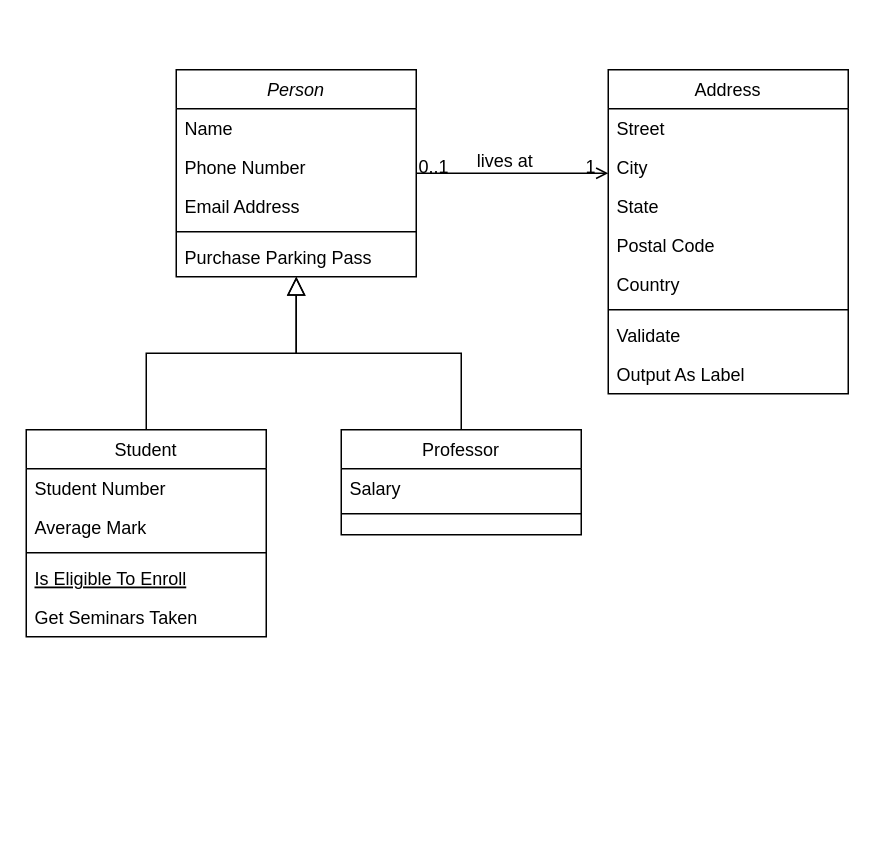
Before: DiagramClassCnrst.drawio in hindCode/cnrst, a draw.io diagram. Source tidied: cells renumbered, new cells numbered last; positions are measured from the earlier drawing's top-left corner, leaving out a move shared by most shapes. Both pictures are drawn from the tidied source at 150%, with x=0, y=0 at pixel (26, 69).
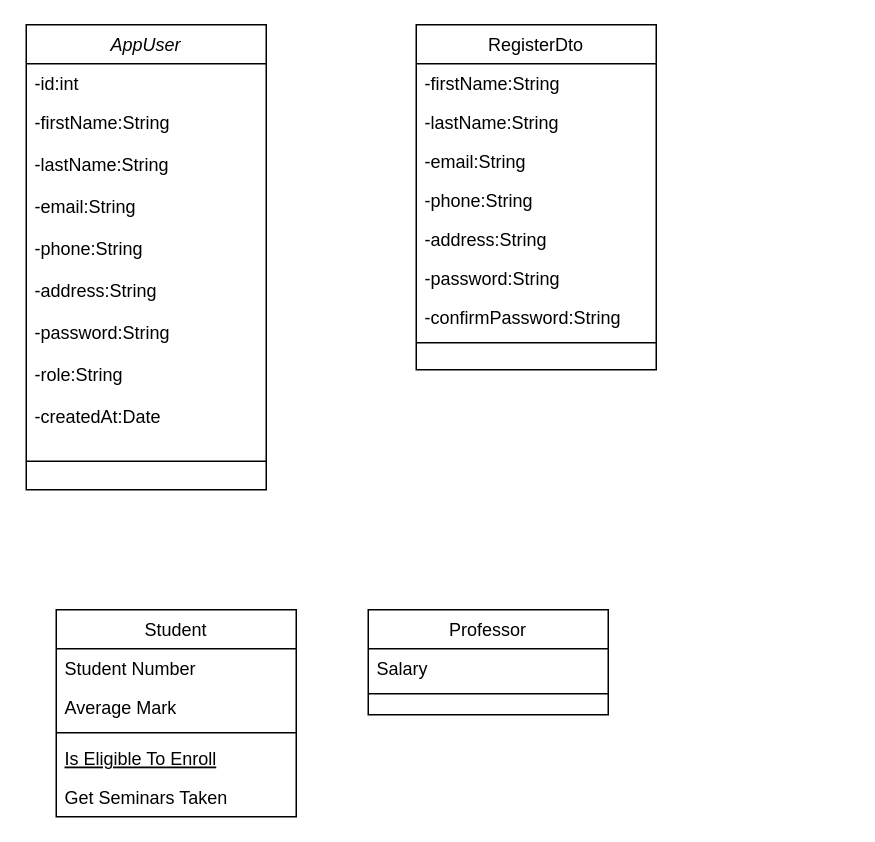
After the change.

Change to the diagram source:
```diff
@@
-    <mxCell id="2" value="Person" style="swimlane;fontStyle=2;align=center;verticalAlign=top;horizontal=1;startSize=26;rounded=0;shadow=0;strokeWidth=1;" parent="1" vertex="1">
-      <mxGeometry x="100" width="160" height="138" as="geometry" />
+    <mxCell id="2" value="AppUser" style="swimlane;fontStyle=2;align=center;verticalAlign=top;horizontal=1;startSize=26;rounded=0;shadow=0;strokeWidth=1;" parent="1" vertex="1">
+      <mxGeometry y="-30" width="160" height="310" as="geometry" />
     </mxCell>
-    <mxCell id="3" value="Name" style="text;align=left;verticalAlign=top;spacingLeft=4;spacingRight=4;overflow=hidden;" parent="2" vertex="1">
-      <mxGeometry y="26" width="160" height="26" as="geometry" />
-    </mxCell>
-    <mxCell id="4" value="Phone Number" style="text;align=left;verticalAlign=top;spacingLeft=4;spacingRight=4;overflow=hidden;rounded=0;shadow=0;html=0;" parent="2" vertex="1">
-      <mxGeometry y="52" width="160" height="26" as="geometry" />
+    <mxCell id="4" value="-id:int" style="text;align=left;verticalAlign=top;spacingLeft=4;spacingRight=4;overflow=hidden;rounded=0;shadow=0;html=0;" parent="2" vertex="1">
+      <mxGeometry y="26" width="160" height="26" as="geometry" />
     </mxCell>
-    <mxCell id="5" value="Email Address" style="text;align=left;verticalAlign=top;spacingLeft=4;spacingRight=4;overflow=hidden;rounded=0;shadow=0;html=0;" parent="2" vertex="1">
-      <mxGeometry y="78" width="160" height="26" as="geometry" />
+    <mxCell id="5" value="-firstName:String" style="text;align=left;verticalAlign=top;spacingLeft=4;spacingRight=4;overflow=hidden;rounded=0;shadow=0;html=0;" parent="2" vertex="1">
+      <mxGeometry y="52" width="160" height="28" as="geometry" />
     </mxCell>
+    <mxCell id="32" value="-lastName:String" style="text;align=left;verticalAlign=top;spacingLeft=4;spacingRight=4;overflow=hidden;rounded=0;shadow=0;html=0;" parent="2" vertex="1">
+      <mxGeometry y="80" width="160" height="28" as="geometry" />
+    </mxCell>
+    <mxCell id="33" value="-email:String" style="text;align=left;verticalAlign=top;spacingLeft=4;spacingRight=4;overflow=hidden;rounded=0;shadow=0;html=0;" parent="2" vertex="1">
+      <mxGeometry y="108" width="160" height="28" as="geometry" />
+    </mxCell>
+    <mxCell id="34" value="-phone:String" style="text;align=left;verticalAlign=top;spacingLeft=4;spacingRight=4;overflow=hidden;rounded=0;shadow=0;html=0;" parent="2" vertex="1">
+      <mxGeometry y="136" width="160" height="28" as="geometry" />
+    </mxCell>
+    <mxCell id="35" value="-address:String" style="text;align=left;verticalAlign=top;spacingLeft=4;spacingRight=4;overflow=hidden;rounded=0;shadow=0;html=0;" parent="2" vertex="1">
+      <mxGeometry y="164" width="160" height="28" as="geometry" />
+    </mxCell>
+    <mxCell id="36" value="-password:String" style="text;align=left;verticalAlign=top;spacingLeft=4;spacingRight=4;overflow=hidden;rounded=0;shadow=0;html=0;" parent="2" vertex="1">
+      <mxGeometry y="192" width="160" height="28" as="geometry" />
+    </mxCell>
+    <mxCell id="37" value="-role:String" style="text;align=left;verticalAlign=top;spacingLeft=4;spacingRight=4;overflow=hidden;rounded=0;shadow=0;html=0;" parent="2" vertex="1">
+      <mxGeometry y="220" width="160" height="28" as="geometry" />
+    </mxCell>
+    <mxCell id="38" value="-createdAt:Date" style="text;align=left;verticalAlign=top;spacingLeft=4;spacingRight=4;overflow=hidden;rounded=0;shadow=0;html=0;" parent="2" vertex="1">
+      <mxGeometry y="248" width="160" height="28" as="geometry" />
+    </mxCell>
     <mxCell id="6" style="line;html=1;strokeWidth=1;align=left;verticalAlign=middle;spacingTop=-1;spacingLeft=3;spacingRight=3;labelPosition=right;" parent="2" vertex="1">
-      <mxGeometry y="104" width="160" height="8" as="geometry" />
+      <mxGeometry y="276" width="160" height="30" as="geometry" />
     </mxCell>
-    <mxCell id="7" value="Purchase Parking Pass" style="text;align=left;verticalAlign=top;spacingLeft=4;spacingRight=4;overflow=hidden;" parent="2" vertex="1">
-      <mxGeometry y="112" width="160" height="26" as="geometry" />
-    </mxCell>
     <mxCell id="8" value="Student" style="swimlane;fontStyle=0;align=center;verticalAlign=top;horizontal=1;startSize=26;rounded=0;shadow=0;strokeWidth=1;" parent="1" vertex="1">
-      <mxGeometry y="240" width="160" height="138" as="geometry" />
+      <mxGeometry x="20" y="360" width="160" height="138" as="geometry" />
     </mxCell>
@@
-    <mxCell id="14" style="endArrow=block;endSize=10;endFill=0;shadow=0;strokeWidth=1;rounded=0;curved=0;edgeStyle=elbowEdgeStyle;elbow=vertical;" parent="1" edge="1" source="8" target="2">
-      <mxGeometry relative="1" as="geometry" />
-    </mxCell>
     <mxCell id="15" value="Professor" style="swimlane;fontStyle=0;align=center;verticalAlign=top;horizontal=1;startSize=26;rounded=0;shadow=0;strokeWidth=1;" parent="1" vertex="1">
-      <mxGeometry x="210" y="240" width="160" height="70" as="geometry" />
+      <mxGeometry x="228" y="360" width="160" height="70" as="geometry" />
     </mxCell>
@@
-    <mxCell id="18" style="endArrow=block;endSize=10;endFill=0;shadow=0;strokeWidth=1;rounded=0;curved=0;edgeStyle=elbowEdgeStyle;elbow=vertical;" parent="1" edge="1" source="15" target="2">
-      <mxGeometry relative="1" as="geometry" />
-    </mxCell>
-    <mxCell id="19" value="Address" style="swimlane;fontStyle=0;align=center;verticalAlign=top;horizontal=1;startSize=26;rounded=0;shadow=0;strokeWidth=1;" parent="1" vertex="1">
-      <mxGeometry x="388" width="160" height="216" as="geometry" />
+    <mxCell id="19" value="RegisterDto" style="swimlane;fontStyle=0;align=center;verticalAlign=top;horizontal=1;startSize=26;rounded=0;shadow=0;strokeWidth=1;" parent="1" vertex="1">
+      <mxGeometry x="260" y="-30" width="160" height="230" as="geometry" />
     </mxCell>
-    <mxCell id="20" value="Street" style="text;align=left;verticalAlign=top;spacingLeft=4;spacingRight=4;overflow=hidden;" parent="19" vertex="1">
+    <mxCell id="20" value="-firstName:String" style="text;align=left;verticalAlign=top;spacingLeft=4;spacingRight=4;overflow=hidden;" parent="19" vertex="1">
       <mxGeometry y="26" width="160" height="26" as="geometry" />
     </mxCell>
-    <mxCell id="21" value="City" style="text;align=left;verticalAlign=top;spacingLeft=4;spacingRight=4;overflow=hidden;rounded=0;shadow=0;html=0;" parent="19" vertex="1">
+    <mxCell id="21" value="-lastName:String" style="text;align=left;verticalAlign=top;spacingLeft=4;spacingRight=4;overflow=hidden;rounded=0;shadow=0;html=0;" parent="19" vertex="1">
       <mxGeometry y="52" width="160" height="26" as="geometry" />
     </mxCell>
-    <mxCell id="22" value="State" style="text;align=left;verticalAlign=top;spacingLeft=4;spacingRight=4;overflow=hidden;rounded=0;shadow=0;html=0;" parent="19" vertex="1">
+    <mxCell id="22" value="-email:String" style="text;align=left;verticalAlign=top;spacingLeft=4;spacingRight=4;overflow=hidden;rounded=0;shadow=0;html=0;" parent="19" vertex="1">
       <mxGeometry y="78" width="160" height="26" as="geometry" />
     </mxCell>
-    <mxCell id="23" value="Postal Code" style="text;align=left;verticalAlign=top;spacingLeft=4;spacingRight=4;overflow=hidden;rounded=0;shadow=0;html=0;" parent="19" vertex="1">
+    <mxCell id="23" value="-phone:String" style="text;align=left;verticalAlign=top;spacingLeft=4;spacingRight=4;overflow=hidden;rounded=0;shadow=0;html=0;" parent="19" vertex="1">
       <mxGeometry y="104" width="160" height="26" as="geometry" />
     </mxCell>
-    <mxCell id="24" value="Country" style="text;align=left;verticalAlign=top;spacingLeft=4;spacingRight=4;overflow=hidden;rounded=0;shadow=0;html=0;" parent="19" vertex="1">
+    <mxCell id="24" value="-address:String" style="text;align=left;verticalAlign=top;spacingLeft=4;spacingRight=4;overflow=hidden;rounded=0;shadow=0;html=0;" parent="19" vertex="1">
       <mxGeometry y="130" width="160" height="26" as="geometry" />
     </mxCell>
-    <mxCell id="25" style="line;html=1;strokeWidth=1;align=left;verticalAlign=middle;spacingTop=-1;spacingLeft=3;spacingRight=3;labelPosition=right;" parent="19" vertex="1">
-      <mxGeometry y="156" width="160" height="8" as="geometry" />
-    </mxCell>
-    <mxCell id="26" value="Validate" style="text;align=left;verticalAlign=top;spacingLeft=4;spacingRight=4;overflow=hidden;" parent="19" vertex="1">
-      <mxGeometry y="164" width="160" height="26" as="geometry" />
+    <mxCell id="26" value="-password:String" style="text;align=left;verticalAlign=top;spacingLeft=4;spacingRight=4;overflow=hidden;" parent="19" vertex="1">
+      <mxGeometry y="156" width="160" height="26" as="geometry" />
     </mxCell>
-    <mxCell id="27" value="Output As Label" style="text;align=left;verticalAlign=top;spacingLeft=4;spacingRight=4;overflow=hidden;" parent="19" vertex="1">
-      <mxGeometry y="190" width="160" height="26" as="geometry" />
+    <mxCell id="27" value="-confirmPassword:String" style="text;align=left;verticalAlign=top;spacingLeft=4;spacingRight=4;overflow=hidden;" parent="19" vertex="1">
+      <mxGeometry y="182" width="160" height="26" as="geometry" />
     </mxCell>
-    <mxCell id="28" style="endArrow=open;shadow=0;strokeWidth=1;rounded=0;curved=0;endFill=1;edgeStyle=elbowEdgeStyle;elbow=vertical;" parent="1" edge="1" source="2" target="19">
-      <mxGeometry x="0.5" y="41" relative="1" as="geometry">
-        <mxPoint x="-40" y="32" as="offset" />
-      </mxGeometry>
-    </mxCell>
-    <mxCell id="29" value="0..1" style="align=left;verticalAlign=bottom;labelBackgroundColor=none;fontSize=12;" parent="28" vertex="1">
-      <mxGeometry x="-1" relative="1" as="geometry">
-        <mxPoint y="4" as="offset" />
-      </mxGeometry>
-    </mxCell>
-    <mxCell id="30" value="1" style="align=right;verticalAlign=bottom;labelBackgroundColor=none;fontSize=12;" parent="28" vertex="1">
-      <mxGeometry x="1" relative="1" as="geometry">
-        <mxPoint x="-7" y="4" as="offset" />
-      </mxGeometry>
-    </mxCell>
-    <mxCell id="31" value="lives at" style="text;html=1;align=center;verticalAlign=middle;labelBackgroundColor=none;rounded=0;shadow=0;strokeWidth=1;fontSize=12;" parent="28" vertex="1">
-      <mxGeometry x="0.5" y="49" relative="1" as="geometry">
-        <mxPoint x="-38" y="40" as="offset" />
-      </mxGeometry>
-    </mxCell>
+    <mxCell id="25" style="line;html=1;strokeWidth=1;align=left;verticalAlign=middle;spacingTop=-1;spacingLeft=3;spacingRight=3;labelPosition=right;" parent="19" vertex="1">
+      <mxGeometry y="208" width="160" height="8" as="geometry" />
+    </mxCell>
```
